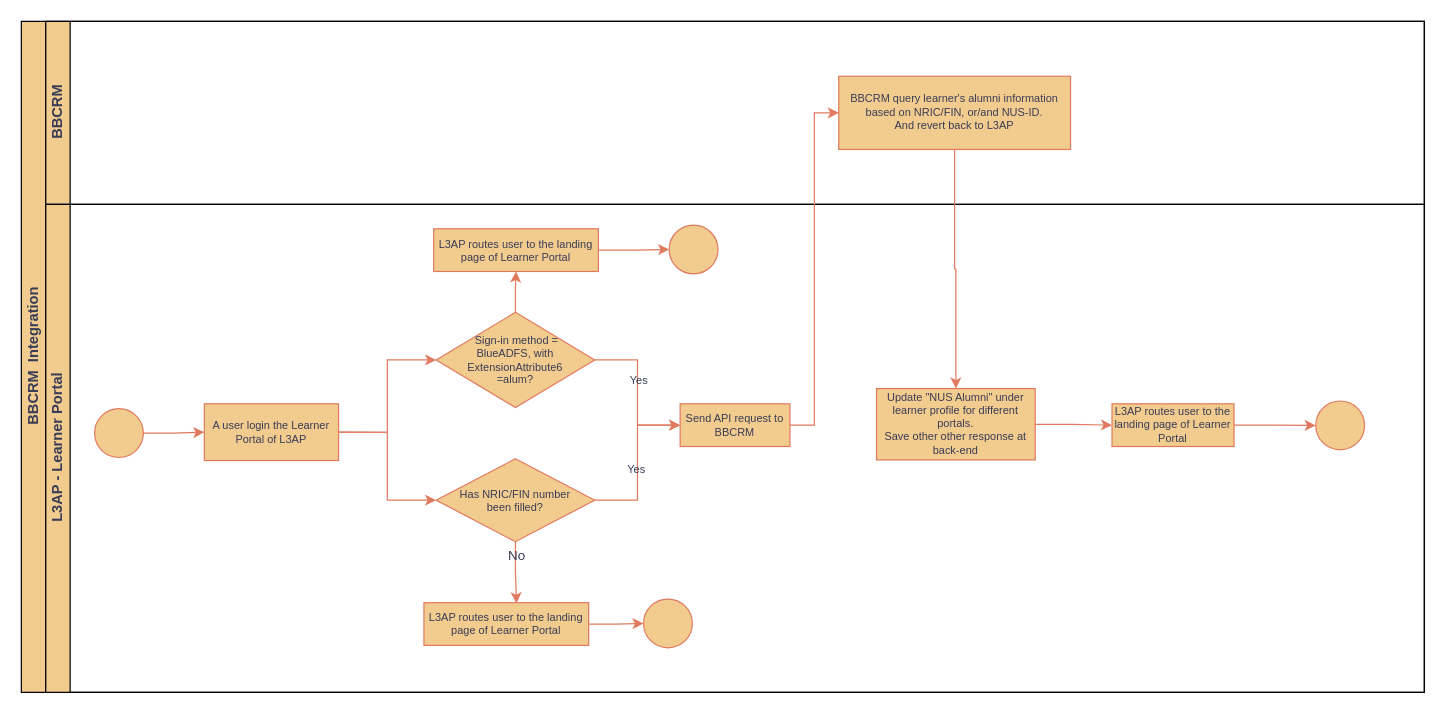
Earlier version of the draw.io diagram Untitled Diagram.drawio (QJUNJIQ/DM22). Source tidied: cells renumbered, new cells numbered last; positions are measured from the earlier drawing's top-left corner, leaving out a move shared by most shapes. Both pictures are drawn from the tidied source at 122%, with x=0, y=0 at pixel (21, 21).
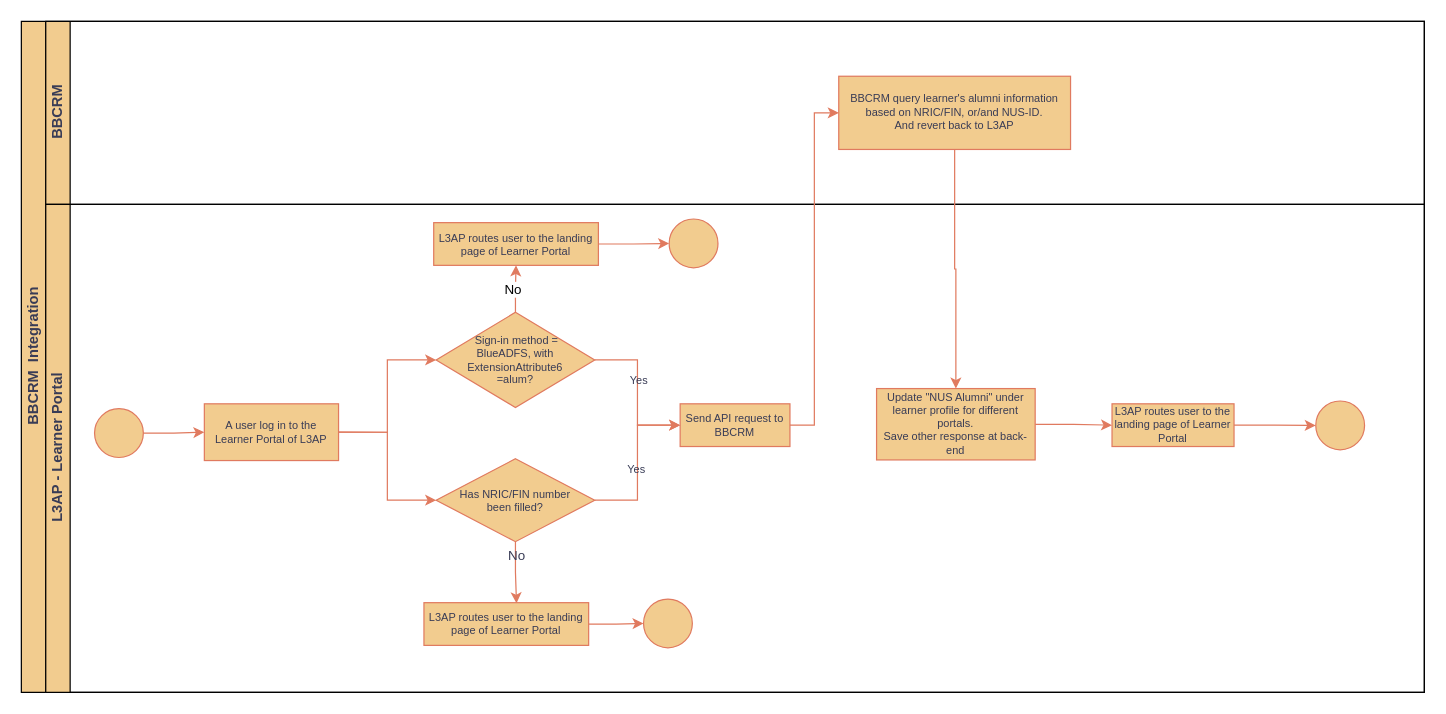
The same page after the edit.

Unchanged cells that the change refers to:
```xml
<mxCell id="5" value="L3AP - Learner Portal" style="swimlane;html=1;startSize=20;horizontal=0;fillColor=#F2CC8F;strokeColor=#000000;labelBackgroundColor=none;fontColor=#393C56;" parent="2" vertex="1">
  <mxGeometry x="20" y="150" width="1130" height="400" as="geometry" />
</mxCell>
<mxCell id="11" style="edgeStyle=orthogonalEdgeStyle;rounded=0;jettySize=auto;html=1;labelBackgroundColor=none;strokeColor=#E07A5F;fontColor=default;" parent="5" edge="1" source="12" target="28">
  <mxGeometry relative="1" as="geometry" />
</mxCell>
```

Change to the diagram source:
```diff
@@
-    <mxCell id="8" value="A user login the Learner Portal of L3AP" style="rounded=0;whiteSpace=wrap;html=1;fontFamily=Helvetica;fontSize=9;align=center;fillColor=#F2CC8F;strokeColor=#E07A5F;labelBackgroundColor=none;fontColor=#393C56;" parent="5" vertex="1">
+    <mxCell id="8" value="A user log in to the Learner Portal of L3AP" style="rounded=0;whiteSpace=wrap;html=1;fontFamily=Helvetica;fontSize=9;align=center;fillColor=#F2CC8F;strokeColor=#E07A5F;labelBackgroundColor=none;fontColor=#393C56;" parent="5" vertex="1">
       <mxGeometry x="130" y="163.5" width="110" height="46.5" as="geometry" />
     </mxCell>
@@
+    <mxCell id="35" value="No" style="edgeLabel;html=1;align=center;verticalAlign=middle;" parent="11" vertex="1">
+      <mxGeometry x="-0.07" y="3" relative="1" as="geometry">
+        <mxPoint y="-1" as="offset" />
+      </mxGeometry>
+    </mxCell>
@@
-    <mxCell id="22" value="Update &quot;NUS Alumni&quot; under learner profile for different portals.&lt;div&gt;Save other other response at back-end&lt;/div&gt;" style="rounded=0;whiteSpace=wrap;html=1;fontFamily=Helvetica;fontSize=9;align=center;fillColor=#F2CC8F;strokeColor=#E07A5F;labelBackgroundColor=none;fontColor=#393C56;" parent="5" vertex="1">
+    <mxCell id="22" value="Update &quot;NUS Alumni&quot; under learner profile for different portals.&lt;div&gt;Save other response at back-end&lt;/div&gt;" style="rounded=0;whiteSpace=wrap;html=1;fontFamily=Helvetica;fontSize=9;align=center;fillColor=#F2CC8F;strokeColor=#E07A5F;labelBackgroundColor=none;fontColor=#393C56;" parent="5" vertex="1">
       <mxGeometry x="681" y="151" width="130" height="58.5" as="geometry" />
     </mxCell>
@@
     <mxCell id="28" value="L3AP routes user to the landing page of Learner Portal" style="rounded=0;whiteSpace=wrap;html=1;fontFamily=Helvetica;fontSize=9;align=center;fillColor=#F2CC8F;strokeColor=#E07A5F;labelBackgroundColor=none;fontColor=#393C56;" parent="5" vertex="1">
-      <mxGeometry x="318" y="20" width="135" height="35" as="geometry" />
+      <mxGeometry x="318" y="15" width="135" height="35" as="geometry" />
     </mxCell>
     <mxCell id="29" style="ellipse;whiteSpace=wrap;html=1;fillColor=#F2CC8F;strokeColor=#E07A5F;labelBackgroundColor=none;fontColor=#393C56;" parent="5" vertex="1">
-      <mxGeometry x="511" y="17" width="40" height="40" as="geometry" />
+      <mxGeometry x="511" y="12" width="40" height="40" as="geometry" />
     </mxCell>
```
